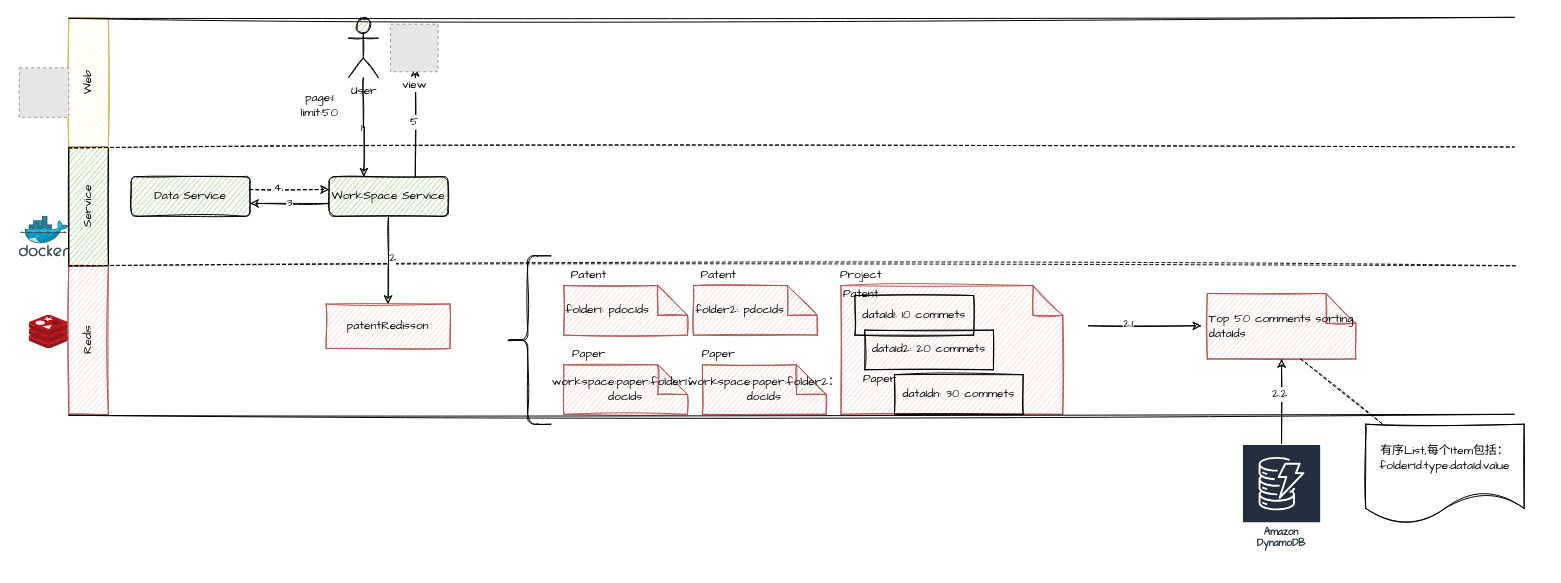
This is page "Project Comments Sorting" (4 of 5) of RD Innovation.drawio from yindongjun/gangzhang.github.io, a draw.io file, before an edit. Source tidied: cells renumbered, new cells numbered last; positions are measured from the earlier drawing's top-left corner, leaving out a move shared by most shapes. Both pictures are drawn from the tidied source at 99%, with x=0, y=0 at pixel (19, 17). Pictures stored in the file or linked from it are replaced by grey dashed boxes.
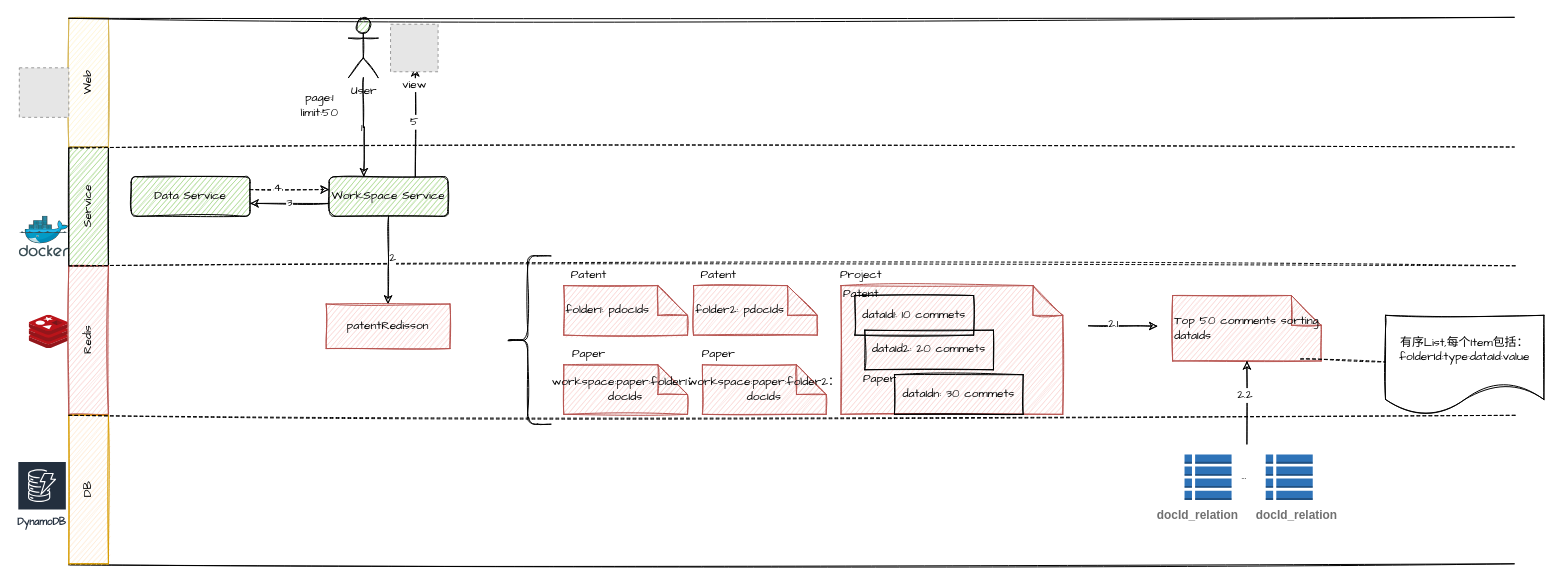
After the change.

Diff of the diagram source:
```diff
@@
     <mxCell id="12" style="edgeStyle=orthogonalEdgeStyle;rounded=0;sketch=1;orthogonalLoop=1;jettySize=auto;html=1;fontFamily=Comic Sans MS;fontSize=12;fontColor=none;startArrow=none;startFill=0;" parent="1" edge="1">
       <mxGeometry relative="1" as="geometry">
         <mxPoint x="1080" y="311.6" as="sourcePoint" />
-        <mxPoint x="1194" y="311.6" as="targetPoint" />
+        <mxPoint x="1150" y="312" as="targetPoint" />
+        <Array as="points">
+          <mxPoint x="1130" y="312" />
+          <mxPoint x="1130" y="312" />
+        </Array>
       </mxGeometry>
     </mxCell>
@@
-    <mxCell id="21" style="endArrow=none;html=1;rounded=0;sketch=1;fontFamily=Comic Sans MS;fontColor=none;exitX=0;exitY=1;exitDx=0;exitDy=0;" parent="1" edge="1">
-      <mxGeometry relative="1" as="geometry">
-        <mxPoint x="50" y="402" as="sourcePoint" />
-        <mxPoint x="1510" y="401" as="targetPoint" />
-      </mxGeometry>
-    </mxCell>
@@
     <mxCell id="40" value="Top 50 comments sorting dataIds" style="shape=note;whiteSpace=wrap;html=1;backgroundOutline=1;darkOpacity=0.05;sketch=1;fontFamily=Comic Sans MS;fillColor=#f8cecc;strokeColor=#b85450;align=left;" parent="1" vertex="1">
-      <mxGeometry x="1200" y="279" width="150" height="66.1" as="geometry" />
+      <mxGeometry x="1165" y="281" width="150" height="66.1" as="geometry" />
     </mxCell>
@@
     <mxCell id="45" value="有序List,每个Item包括：folderId:type:dataId:value" style="shape=document;whiteSpace=wrap;html=1;boundedLbl=1;sketch=1;fontFamily=Comic Sans MS;fontSize=12;fontColor=none;fillColor=none;" parent="1" vertex="1">
-      <mxGeometry x="1360" y="411" width="160" height="100" as="geometry" />
+      <mxGeometry x="1380" y="301" width="160" height="100" as="geometry" />
     </mxCell>
-    <mxCell id="46" style="edgeStyle=none;rounded=0;sketch=1;jettySize=auto;html=1;fontFamily=Comic Sans MS;fontSize=12;fontColor=none;startArrow=none;startFill=0;endArrow=classic;endFill=1;" parent="1" edge="1" source="48" target="40">
-      <mxGeometry relative="1" as="geometry" />
+    <mxCell id="46" style="edgeStyle=none;rounded=0;sketch=1;jettySize=auto;html=1;fontFamily=Comic Sans MS;fontSize=12;fontColor=none;startArrow=none;startFill=0;endArrow=classic;endFill=1;" parent="1" edge="1" target="40">
+      <mxGeometry relative="1" as="geometry">
+        <mxPoint x="1240" y="431" as="sourcePoint" />
+      </mxGeometry>
     </mxCell>
@@
-    <mxCell id="48" value="Amazon DynamoDB" style="sketch=0;outlineConnect=0;fontColor=#232F3E;gradientColor=none;strokeColor=#ffffff;fillColor=#232F3E;dashed=0;verticalLabelPosition=middle;verticalAlign=bottom;align=center;html=1;whiteSpace=wrap;fontSize=10;fontStyle=1;spacing=3;shape=mxgraph.aws4.productIcon;prIcon=mxgraph.aws4.dynamodb;fontFamily=Comic Sans MS;" parent="1" vertex="1">
-      <mxGeometry x="1235" y="431" width="80" height="110" as="geometry" />
-    </mxCell>
@@
+    <mxCell id="51" style="endArrow=none;html=1;rounded=0;sketch=1;fontFamily=Comic Sans MS;fontColor=none;exitX=0;exitY=1;exitDx=0;exitDy=0;" parent="1" edge="1">
+      <mxGeometry relative="1" as="geometry">
+        <mxPoint x="50" y="553" as="sourcePoint" />
+        <mxPoint x="1510" y="552" as="targetPoint" />
+      </mxGeometry>
+    </mxCell>
+    <mxCell id="52" value="DynamoDB" style="sketch=0;fontColor=#232F3E;gradientColor=none;strokeColor=#ffffff;fillColor=#232F3E;dashed=0;verticalLabelPosition=middle;verticalAlign=bottom;align=center;html=1;whiteSpace=wrap;fontSize=10;fontStyle=1;spacing=3;shape=mxgraph.aws4.productIcon;prIcon=mxgraph.aws4.dynamodb;fontFamily=Comic Sans MS;" parent="1" vertex="1">
+      <mxGeometry x="-2" y="448.1" width="50" height="71" as="geometry" />
+    </mxCell>
+    <mxCell id="53" value="DB" style="rounded=0;whiteSpace=wrap;html=1;sketch=1;fontFamily=Comic Sans MS;horizontal=0;fillColor=#ffe6cc;strokeColor=#d79b00;" parent="1" vertex="1">
+      <mxGeometry x="50" y="402" width="40" height="150" as="geometry" />
+    </mxCell>
+    <mxCell id="54" style="endArrow=none;dashed=1;html=1;rounded=0;sketch=1;fontFamily=Comic Sans MS;fontColor=none;exitX=0;exitY=1;exitDx=0;exitDy=0;" parent="1" edge="1">
+      <mxGeometry relative="1" as="geometry">
+        <mxPoint x="50" y="402" as="sourcePoint" />
+        <mxPoint x="1512" y="402" as="targetPoint" />
+      </mxGeometry>
+    </mxCell>
+    <mxCell id="55" style="dashed=0;verticalLabelPosition=bottom;verticalAlign=top;align=center;html=1;shape=mxgraph.aws3.table;fillColor=#2E73B8;gradientColor=none;sketch=0;fontFamily=Comic Sans MS;fontSize=12;fontColor=none;" parent="1" vertex="1">
+      <mxGeometry x="1177" y="441.5" width="47.5" height="46" as="geometry" />
+    </mxCell>
+    <mxCell id="56" style="dashed=0;verticalLabelPosition=bottom;verticalAlign=top;align=center;html=1;shape=mxgraph.aws3.table;fillColor=#2E73B8;gradientColor=none;sketch=0;fontFamily=Comic Sans MS;fontSize=12;fontColor=none;" parent="1" vertex="1">
+      <mxGeometry x="1259" y="441.5" width="47.5" height="46" as="geometry" />
+    </mxCell>
+    <mxCell id="57" value="&lt;strong style=&quot;color: rgb(112 , 112 , 112) ; font-family: &amp;#34;arial&amp;#34; , sans-serif ; text-align: left ; background-color: rgb(255 , 255 , 255)&quot;&gt;docId_relation&lt;/strong&gt;" style="text;html=1;align=center;verticalAlign=middle;strokeColor=none;fillColor=none;fontSize=12;fontFamily=Comic Sans MS;fontColor=none;" parent="1" vertex="1">
+      <mxGeometry x="1140" y="492.5" width="100" height="20" as="geometry" />
+    </mxCell>
+    <mxCell id="58" value="..." style="text;html=1;align=center;verticalAlign=middle;strokeColor=none;fillColor=none;fontSize=12;fontFamily=Comic Sans MS;fontColor=none;" parent="1" vertex="1">
+      <mxGeometry x="1226.5" y="454.4" width="20" height="20" as="geometry" />
+    </mxCell>
+    <mxCell id="59" value="&lt;strong style=&quot;color: rgb(112 , 112 , 112) ; font-family: &amp;#34;arial&amp;#34; , sans-serif ; text-align: left ; background-color: rgb(255 , 255 , 255)&quot;&gt;docId_relation&lt;/strong&gt;" style="text;html=1;align=center;verticalAlign=middle;strokeColor=none;fillColor=none;fontSize=12;fontFamily=Comic Sans MS;fontColor=none;" parent="1" vertex="1">
+      <mxGeometry x="1240" y="492.5" width="100" height="20" as="geometry" />
+    </mxCell>
```
